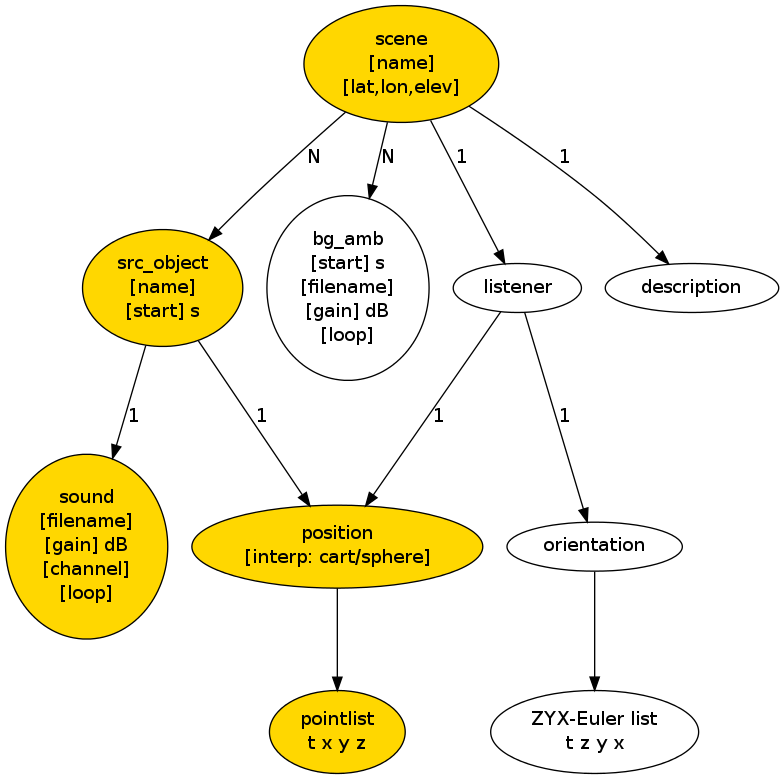
The Graphviz diagram doc/filestructure.png in HoerTech-gGmbH/tascar, before a commit. Its source is kept beside it as doc/filestructure.dot.
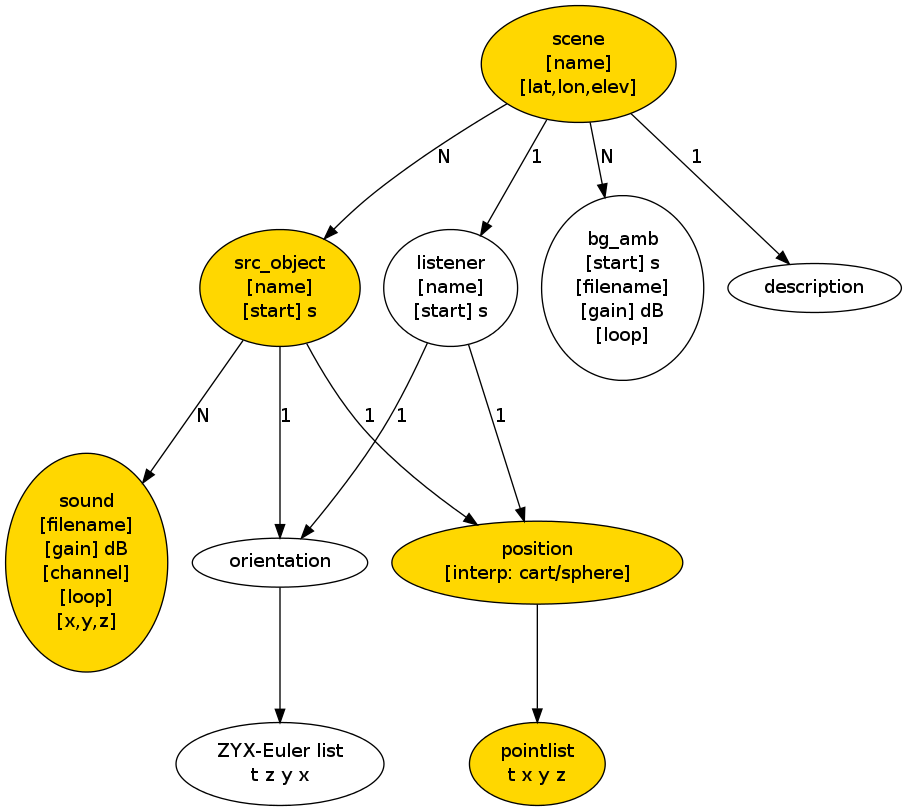
The same file after the commit.

What changed in the source:
```diff
@@ -2,11 +2,11 @@
 
   scene [label="scene\n[name]\n[lat,lon,elev]",style="filled",fillcolor="gold"];
   source [label="src_object\n[name]\n[start] s",style="filled",fillcolor="gold"];
-  sound [label="sound\n[filename]\n[gain] dB\n[channel]\n[loop]",style="filled",fillcolor="gold"];
+  sound [label="sound\n[filename]\n[gain] dB\n[channel]\n[loop]\n[x,y,z]",style="filled",fillcolor="gold"];
   bg_amb [label="bg_amb\n[start] s\n[filename]\n[gain] dB\n[loop]"];
   pointlist [label="pointlist\nt x y z",style="filled",fillcolor="gold"];
   position [label="position\n[interp: cart/sphere]",style="filled",fillcolor="gold"];
-  listener [label="listener"];
+  listener [label="listener\n[name]\n[start] s"];
   eulerlist [label="ZYX-Euler list\nt z y x"];
 
 
@@ -16,7 +16,8 @@
   scene -> listener [label="1"];
   scene -> source [label="N"];
   source -> position [label="1"];
-  source -> sound [label="1"];
+  source -> sound [label="N"];
+  source -> orientation [label="1"];
   listener -> position [label="1"];
   position -> pointlist;
   listener -> orientation [label="1"];
```
